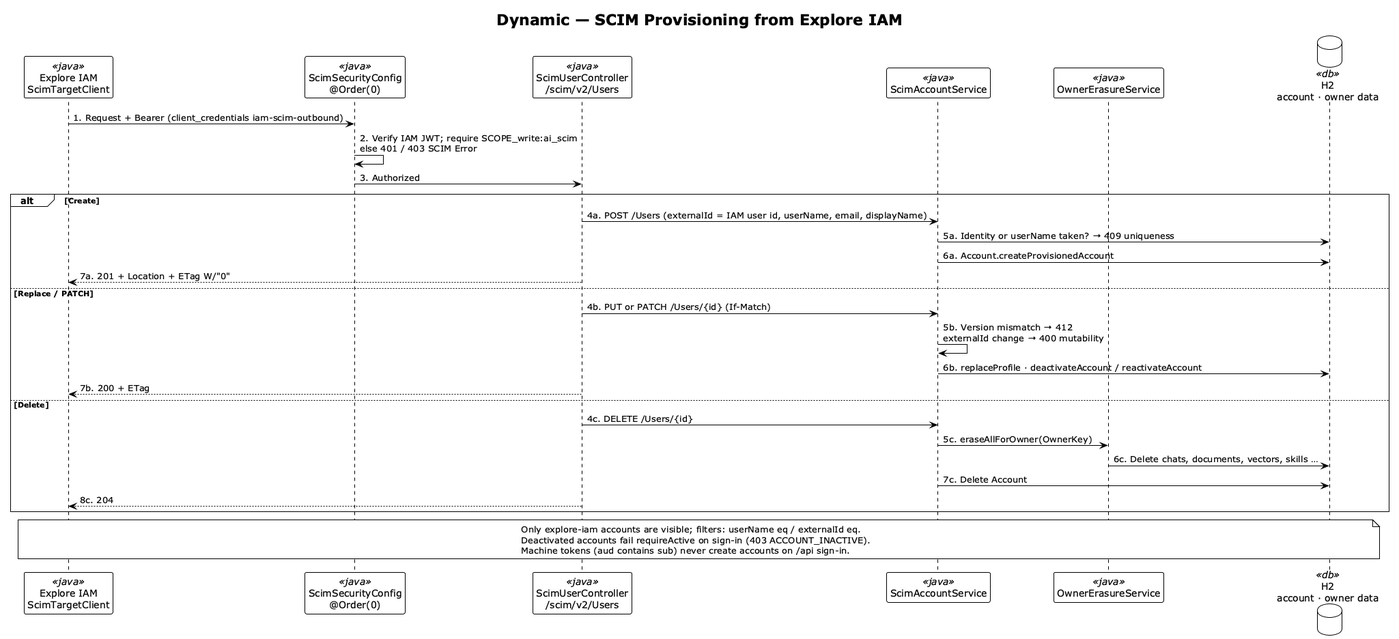
The PlantUML diagram docs/developer/c4-model/png/C4-Dynamic-ScimProvisioning.png in felixzhu97/explore-ai, before a commit. Source of this version:
```plantuml
@startuml C4-Dynamic-ScimProvisioning
!theme plain
skinparam backgroundColor #FFFFFF
skinparam shadowing false

title Dynamic — SCIM Provisioning from Explore IAM

participant "Explore IAM\nScimTargetClient" as iam <<java>>
participant "ScimSecurityConfig\n@Order(0)" as sec <<java>>
participant "ScimUserController\n/scim/v2/Users" as ctrl <<java>>
participant "ScimAccountService" as svc <<java>>
participant "OwnerErasureService" as erase <<java>>
database "H2\naccount · owner data" as db <<db>>

iam -> sec: 1. Request + Bearer (client_credentials iam-scim-outbound)
sec -> sec: 2. Verify IAM JWT; require SCOPE_write:ai_scim\nelse 401 / 403 SCIM Error
sec -> ctrl: 3. Authorized

alt Create
  ctrl -> svc: 4a. POST /Users (externalId = IAM user id, userName, email, displayName)
  svc -> db: 5a. Identity or userName taken? → 409 uniqueness
  svc -> db: 6a. Account.createProvisionedAccount
  ctrl --> iam: 7a. 201 + Location + ETag W/"0"
else Replace / PATCH
  ctrl -> svc: 4b. PUT or PATCH /Users/{id} (If-Match)
  svc -> svc: 5b. Version mismatch → 412\nexternalId change → 400 mutability
  svc -> db: 6b. replaceProfile · deactivateAccount / reactivateAccount
  ctrl --> iam: 7b. 200 + ETag
else Delete
  ctrl -> svc: 4c. DELETE /Users/{id}
  svc -> erase: 5c. eraseAllForOwner(OwnerKey)
  erase -> db: 6c. Delete chats, documents, vectors, skills …
  svc -> db: 7c. Delete Account
  ctrl --> iam: 8c. 204
end

note over iam, db
  Only explore-iam accounts are visible; filters: userName eq / externalId eq.
  Deactivated accounts fail requireActive on sign-in (403 ACCOUNT_INACTIVE).
  Machine tokens (aud contains sub) never create accounts on /api sign-in.
end note

@enduml
```
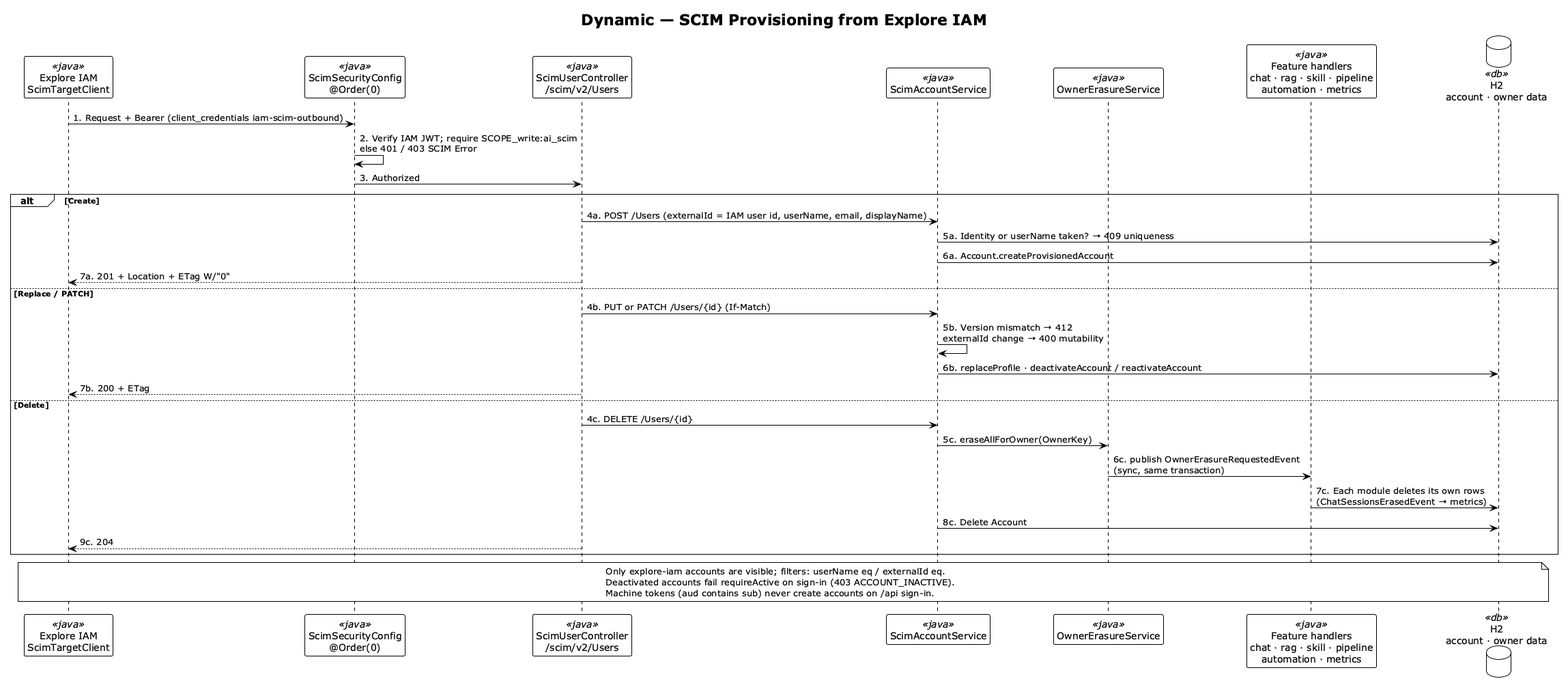
After the commit.

Commit message:
Show event-driven erasure and metrics in C4 (#664)

Change to the diagram source:
```diff
@@ -10,6 +10,7 @@
 participant "ScimUserController\n/scim/v2/Users" as ctrl <<java>>
 participant "ScimAccountService" as svc <<java>>
 participant "OwnerErasureService" as erase <<java>>
+participant "Feature handlers\nchat · rag · skill · pipeline\nautomation · metrics" as handlers <<java>>
 database "H2\naccount · owner data" as db <<db>>
 
 iam -> sec: 1. Request + Bearer (client_credentials iam-scim-outbound)
@@ -29,9 +30,10 @@
 else Delete
   ctrl -> svc: 4c. DELETE /Users/{id}
   svc -> erase: 5c. eraseAllForOwner(OwnerKey)
-  erase -> db: 6c. Delete chats, documents, vectors, skills …
-  svc -> db: 7c. Delete Account
-  ctrl --> iam: 8c. 204
+  erase -> handlers: 6c. publish OwnerErasureRequestedEvent\n(sync, same transaction)
+  handlers -> db: 7c. Each module deletes its own rows\n(ChatSessionsErasedEvent → metrics)
+  svc -> db: 8c. Delete Account
+  ctrl --> iam: 9c. 204
 end
 
 note over iam, db
```
